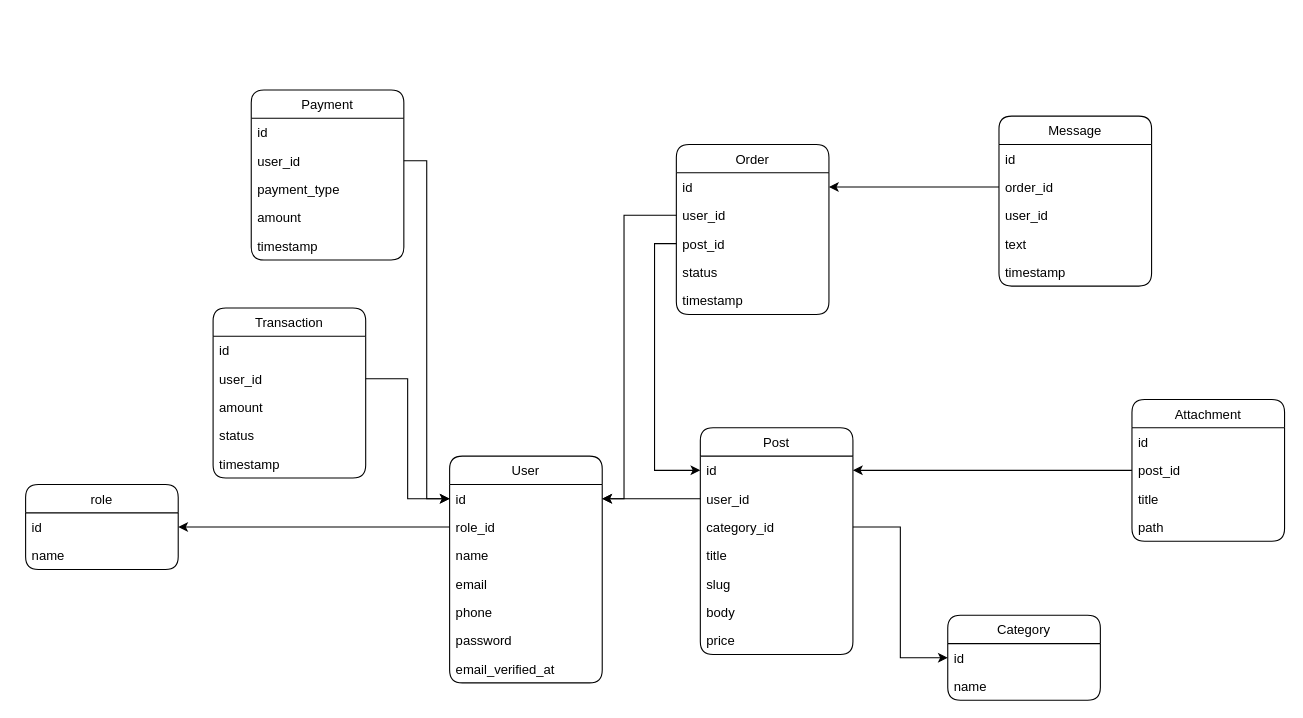
NbekWeb/chik.uz keeps this draw.io diagram as db-diagram.drawio. Above is the earlier version. Source tidied: cells renumbered, new cells numbered last; positions are measured from the earlier drawing's top-left corner, leaving out a move shared by most shapes. Both pictures are drawn from the tidied source at 109%, with x=0, y=0 at pixel (25, 89).
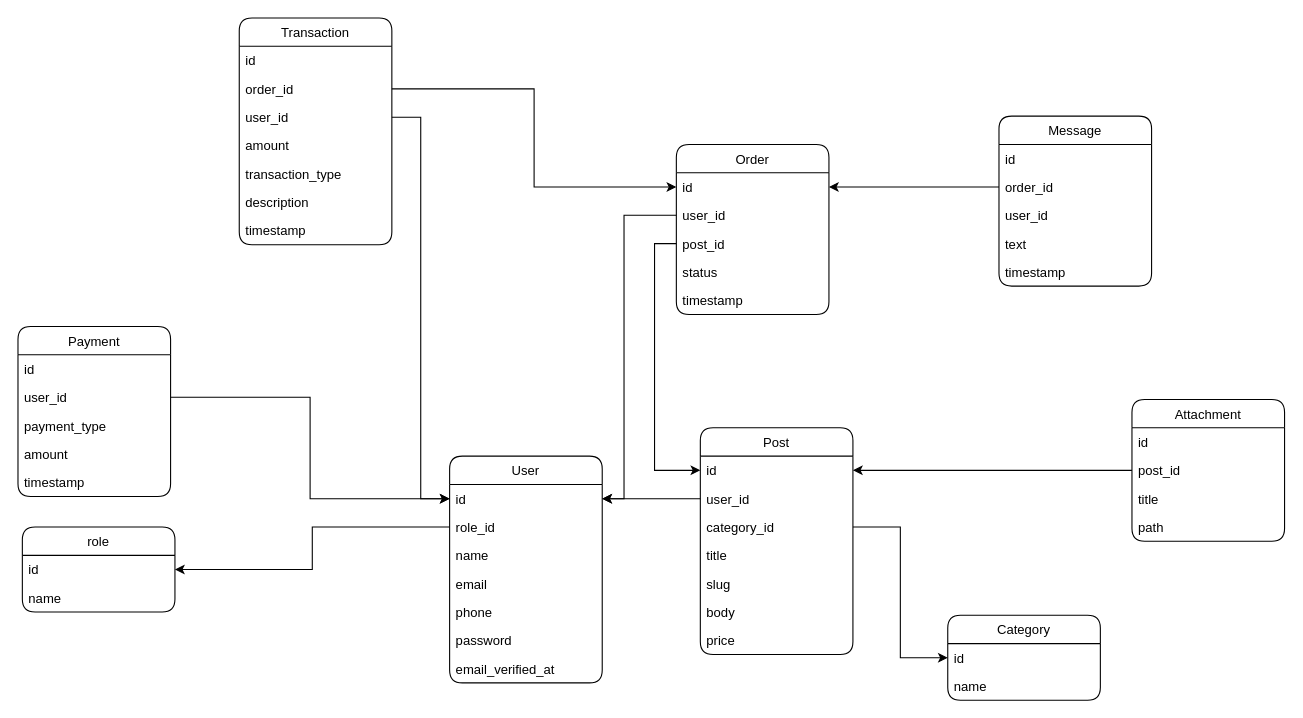
The same page after the edit.

The change refers to these unchanged cells:
```xml
<mxCell id="29" value="order_id" style="text;strokeColor=none;fillColor=none;align=left;verticalAlign=top;spacingLeft=4;spacingRight=4;overflow=hidden;points=[[0,0.5],[1,0.5]];portConstraint=eastwest;" parent="27" vertex="1">
  <mxGeometry y="52" width="140" height="26" as="geometry" />
</mxCell>
<mxCell id="40" value="id" style="text;strokeColor=none;fillColor=none;align=left;verticalAlign=top;spacingLeft=4;spacingRight=4;overflow=hidden;points=[[0,0.5],[1,0.5]];portConstraint=eastwest;" parent="39" vertex="1">
  <mxGeometry y="26" width="140" height="26" as="geometry" />
</mxCell>
```

The edit, as a diff of the source:
```diff
@@
     <mxCell id="10" value="role" style="swimlane;fontStyle=0;horizontal=1;startSize=26;fillColor=none;strokeColor=default;rounded=1;swimlaneLine=1;" parent="1" vertex="1">
-      <mxGeometry y="362" width="140" height="78" as="geometry" />
+      <mxGeometry x="-3" y="401" width="140" height="78" as="geometry" />
     </mxCell>
@@
     <mxCell id="45" value="Payment" style="swimlane;fontStyle=0;horizontal=1;startSize=26;fillColor=none;strokeColor=default;rounded=1;swimlaneLine=1;" parent="1" vertex="1">
-      <mxGeometry x="207" width="140" height="156" as="geometry" />
+      <mxGeometry x="-7" y="217" width="140" height="156" as="geometry" />
     </mxCell>
@@
     <mxCell id="54" value="Transaction" style="swimlane;fontStyle=0;horizontal=1;startSize=26;fillColor=none;strokeColor=default;rounded=1;swimlaneLine=1;" parent="1" vertex="1">
-      <mxGeometry x="172" y="200" width="140" height="156" as="geometry" />
+      <mxGeometry x="196" y="-66" width="140" height="208" as="geometry" />
     </mxCell>
@@
+    <mxCell id="62" value="order_id" style="text;strokeColor=none;fillColor=none;align=left;verticalAlign=top;spacingLeft=4;spacingRight=4;overflow=hidden;points=[[0,0.5],[1,0.5]];portConstraint=eastwest;" parent="54" vertex="1">
+      <mxGeometry y="52" width="140" height="26" as="geometry" />
+    </mxCell>
     <mxCell id="56" value="user_id" style="text;strokeColor=none;fillColor=none;align=left;verticalAlign=top;spacingLeft=4;spacingRight=4;overflow=hidden;points=[[0,0.5],[1,0.5]];portConstraint=eastwest;" parent="54" vertex="1">
-      <mxGeometry y="52" width="140" height="26" as="geometry" />
+      <mxGeometry y="78" width="140" height="26" as="geometry" />
     </mxCell>
     <mxCell id="57" value="amount" style="text;strokeColor=none;fillColor=none;align=left;verticalAlign=top;spacingLeft=4;spacingRight=4;overflow=hidden;" parent="54" vertex="1">
-      <mxGeometry y="78" width="140" height="26" as="geometry" />
+      <mxGeometry y="104" width="140" height="26" as="geometry" />
     </mxCell>
-    <mxCell id="58" value="status" style="text;strokeColor=none;fillColor=none;align=left;verticalAlign=top;spacingLeft=4;spacingRight=4;overflow=hidden;" parent="54" vertex="1">
-      <mxGeometry y="104" width="140" height="26" as="geometry" />
+    <mxCell id="58" value="transaction_type" style="text;strokeColor=none;fillColor=none;align=left;verticalAlign=top;spacingLeft=4;spacingRight=4;overflow=hidden;" parent="54" vertex="1">
+      <mxGeometry y="130" width="140" height="26" as="geometry" />
     </mxCell>
+    <mxCell id="63" value="description" style="text;strokeColor=none;fillColor=none;align=left;verticalAlign=top;spacingLeft=4;spacingRight=4;overflow=hidden;" parent="54" vertex="1">
+      <mxGeometry y="156" width="140" height="26" as="geometry" />
+    </mxCell>
     <mxCell id="59" value="timestamp" style="text;strokeColor=none;fillColor=none;align=left;verticalAlign=top;spacingLeft=4;spacingRight=4;overflow=hidden;" parent="54" vertex="1">
-      <mxGeometry y="130" width="140" height="26" as="geometry" />
+      <mxGeometry y="182" width="140" height="26" as="geometry" />
     </mxCell>
+    <mxCell id="61" style="edgeStyle=orthogonalEdgeStyle;rounded=0;jettySize=auto;html=1;exitX=0;exitY=0.5;exitDx=0;exitDy=0;" parent="1" edge="1" source="29" target="40">
+      <mxGeometry relative="1" as="geometry" />
+    </mxCell>
+    <mxCell id="64" style="edgeStyle=orthogonalEdgeStyle;rounded=0;jettySize=auto;html=1;exitX=1;exitY=0.5;exitDx=0;exitDy=0;" parent="1" edge="1" source="62" target="40">
+      <mxGeometry relative="1" as="geometry" />
+    </mxCell>
@@
-    <mxCell id="61" style="edgeStyle=orthogonalEdgeStyle;rounded=0;jettySize=auto;html=1;exitX=0;exitY=0.5;exitDx=0;exitDy=0;" parent="1" edge="1" source="29" target="40">
-      <mxGeometry relative="1" as="geometry" />
-    </mxCell>
```
